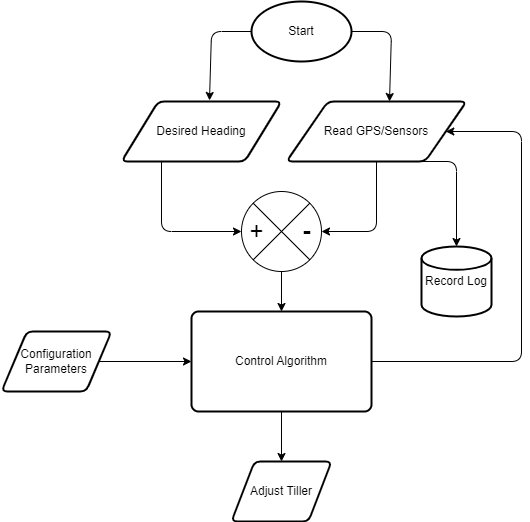
The draw.io diagram slap/docs/report/analysis/dfd.drawio.png in SailoBam/slap, before a commit. Source tidied: cells renumbered, new cells last; positions are measured from the earlier drawing's top-left corner, leaving out a move shared by most shapes.
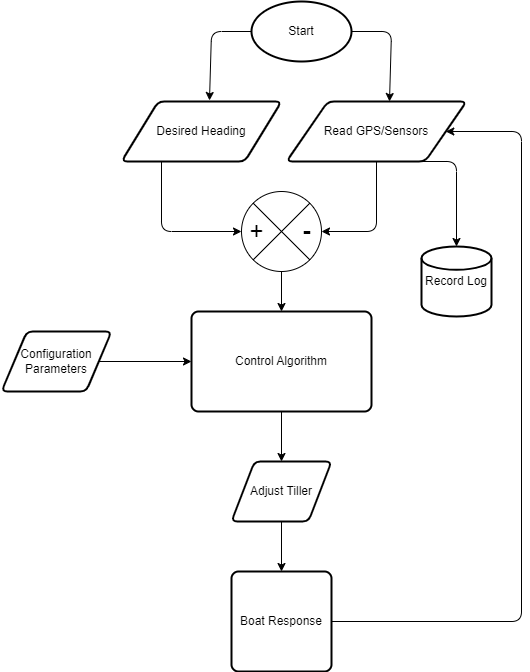
Later version of the same file.

What changed in the source:
```diff
@@ -40,10 +40,10 @@
     <mxCell id="11" style="edgeStyle=none;html=1;exitX=0.5;exitY=1;exitDx=0;exitDy=0;entryX=0.5;entryY=0;entryDx=0;entryDy=0;" parent="1" edge="1" source="13" target="14">
       <mxGeometry relative="1" as="geometry" />
     </mxCell>
-    <mxCell id="12" style="edgeStyle=none;html=1;exitX=1;exitY=0.5;exitDx=0;exitDy=0;entryX=1;entryY=0.5;entryDx=0;entryDy=0;" parent="1" edge="1" source="13" target="3">
+    <mxCell id="12" style="edgeStyle=none;html=1;exitX=1;exitY=0.5;exitDx=0;exitDy=0;entryX=1;entryY=0.5;entryDx=0;entryDy=0;" parent="1" edge="1" source="22" target="3">
       <mxGeometry relative="1" as="geometry">
         <Array as="points">
-          <mxPoint x="520" y="360" />
+          <mxPoint x="520" y="620" />
           <mxPoint x="520" y="130" />
         </Array>
       </mxGeometry>
@@ -51,6 +51,9 @@
     <mxCell id="13" value="Control Algorithm" style="rounded=1;whiteSpace=wrap;html=1;absoluteArcSize=1;arcSize=14;strokeWidth=2;" parent="1" vertex="1">
       <mxGeometry x="190" y="310" width="180" height="100" as="geometry" />
     </mxCell>
+    <mxCell id="21" style="edgeStyle=none;html=1;exitX=0.5;exitY=1;exitDx=0;exitDy=0;entryX=0.5;entryY=0;entryDx=0;entryDy=0;" parent="1" edge="1" source="14" target="22">
+      <mxGeometry relative="1" as="geometry" />
+    </mxCell>
     <mxCell id="14" value="Adjust Tiller" style="shape=parallelogram;html=1;strokeWidth=2;perimeter=parallelogramPerimeter;whiteSpace=wrap;rounded=1;arcSize=12;size=0.23;" parent="1" vertex="1">
       <mxGeometry x="230" y="460" width="100" height="60" as="geometry" />
     </mxCell>
@@ -86,5 +89,8 @@
         </Array>
       </mxGeometry>
     </mxCell>
+    <mxCell id="22" value="Boat Response" style="rounded=1;whiteSpace=wrap;html=1;absoluteArcSize=1;arcSize=14;strokeWidth=2;" parent="1" vertex="1">
+      <mxGeometry x="230" y="570" width="100" height="100" as="geometry" />
+    </mxCell>
   </root>
 </mxGraphModel>
```
